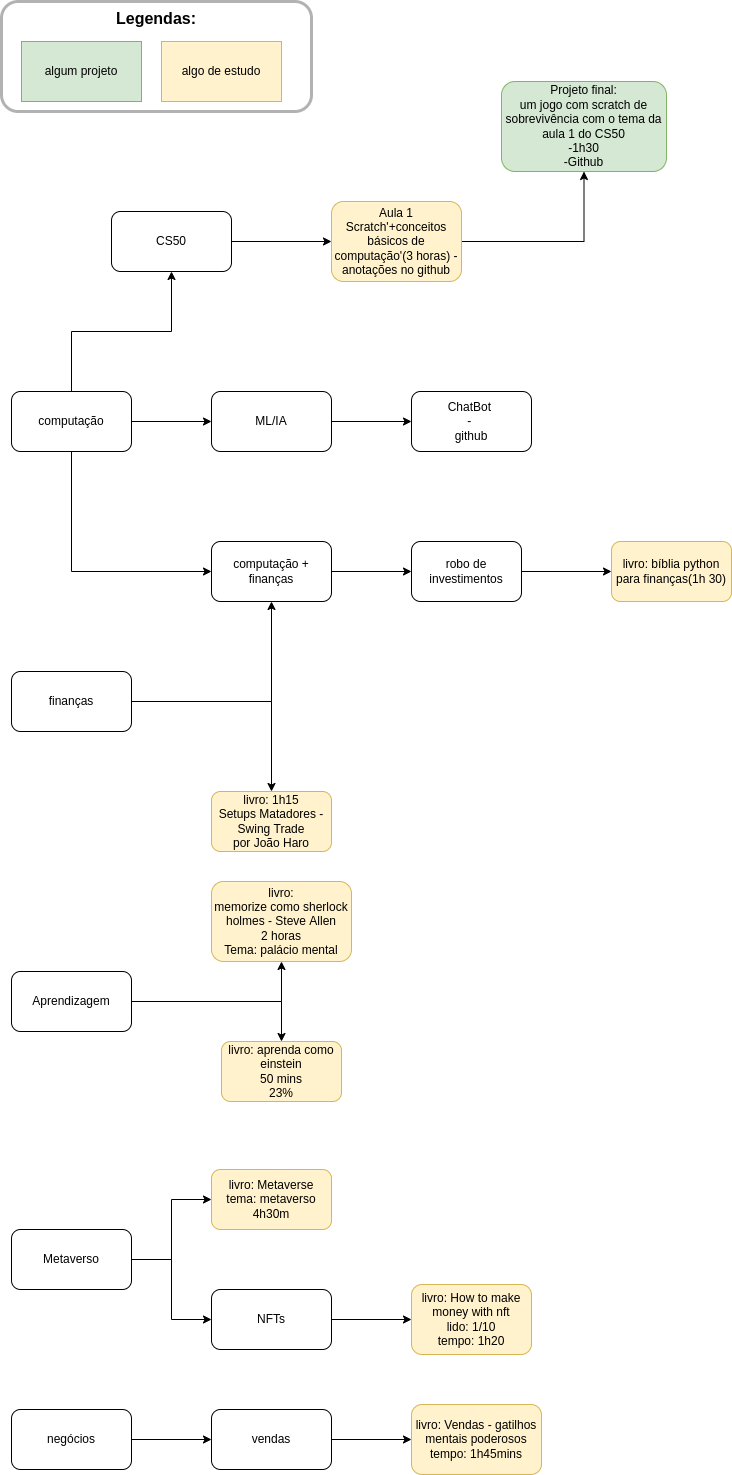
This is mystudies.drawio.png from gu-nog/my-studies, a draw.io export, as it was before one commit. Source tidied: cells renumbered, new cells last; positions are measured from the earlier drawing's top-left corner, leaving out a move shared by most shapes.
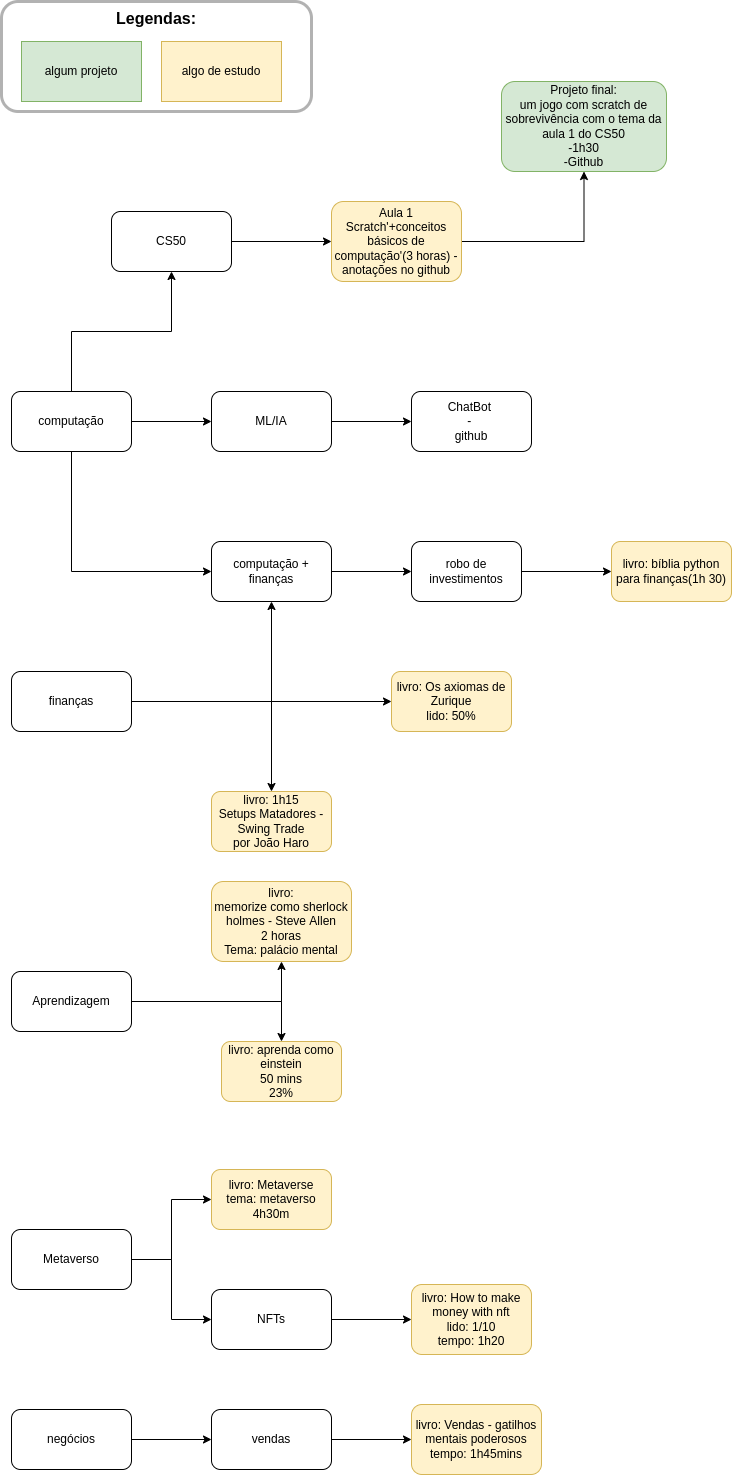
Later version of the same file.

Commit message:
até 14/2, aos poucos

Diff of the diagram source:
```diff
@@ -134,5 +134,16 @@
     <mxCell id="42" value="livro: aprenda como einstein&lt;br&gt;50 mins&lt;br&gt;23%" style="whiteSpace=wrap;html=1;rounded=1;fillColor=#fff2cc;strokeColor=#d6b656;" parent="1" vertex="1">
       <mxGeometry x="220" y="1040" width="120" height="60" as="geometry" />
     </mxCell>
+    <mxCell id="43" style="endArrow=classic;html=1;rounded=0;exitX=1;exitY=0.5;exitDx=0;exitDy=0;" parent="1" edge="1" source="11">
+      <mxGeometry relative="1" as="geometry">
+        <mxPoint x="390" y="700" as="targetPoint" />
+        <Array as="points">
+          <mxPoint x="270" y="700" />
+        </Array>
+      </mxGeometry>
+    </mxCell>
+    <mxCell id="44" value="livro: Os axiomas de Zurique&lt;br&gt;lido: 50%" style="rounded=1;whiteSpace=wrap;html=1;fillColor=#fff2cc;strokeColor=#d6b656;" parent="1" vertex="1">
+      <mxGeometry x="390" y="670" width="120" height="60" as="geometry" />
+    </mxCell>
   </root>
 </mxGraphModel>
```
